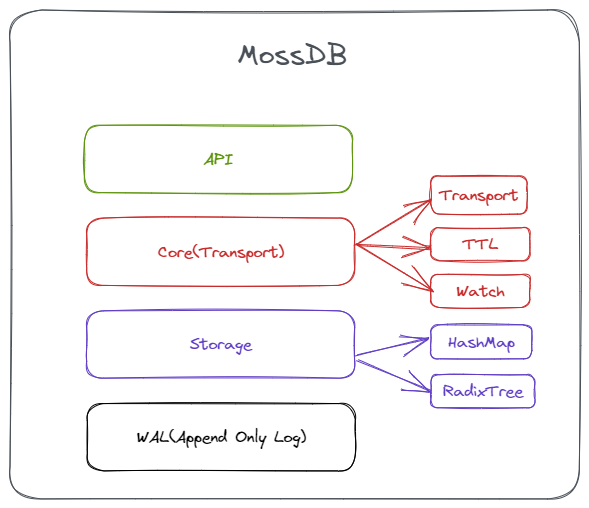
Above: doc/mossdb.png in qingwave/mossdb (Excalidraw), before the change. Source tidied: one line per element, renumbered; positions are measured from the earlier drawing's top-left corner, leaving out a move shared by most shapes. Source of this version:
```json
{"id": 0, "type": "rectangle", "strokeColor": "#000000", "strokeWidth": 1, "roughness": 1, "round": true, "x": 77, "y": 394, "width": 268, "height": 67}
{"id": 1, "type": "text", "text": "WAL(Append Only Log)", "strokeColor": "#000000", "strokeWidth": 1, "roughness": 1, "fontSize": 16, "fontFamily": 1, "textAlign": "center", "verticalAlign": "middle", "inside": 0, "x": 127, "y": 418, "width": 169, "height": 19}
{"id": 2, "type": "rectangle", "strokeColor": "#5f3dc4", "strokeWidth": 1, "roughness": 1, "round": true, "x": 77, "y": 301, "width": 268, "height": 67}
{"id": 3, "type": "text", "text": "Storage", "strokeColor": "#5f3dc4", "strokeWidth": 1, "roughness": 1, "fontSize": 16, "fontFamily": 1, "textAlign": "center", "verticalAlign": "middle", "inside": 2, "x": 180, "y": 325, "width": 62, "height": 19}
{"id": 4, "type": "rectangle", "strokeColor": "#c92a2a", "strokeWidth": 1, "roughness": 1, "round": true, "x": 77, "y": 208, "width": 268, "height": 67}
{"id": 5, "type": "text", "text": "Core(Transport)", "strokeColor": "#c92a2a", "strokeWidth": 1, "roughness": 1, "fontSize": 16, "fontFamily": 1, "textAlign": "center", "verticalAlign": "middle", "inside": 4, "x": 148, "y": 232, "width": 126, "height": 19}
{"id": 6, "type": "arrow", "strokeColor": "#5f3dc4", "strokeWidth": 1, "roughness": 1, "endArrowhead": "arrow", "round": true, "from": 2, "to": 7, "x": 346, "y": 346, "width": 72, "height": 19, "points": [[0, 0], [72, -19]]}
{"id": 7, "type": "rectangle", "strokeColor": "#5f3dc4", "strokeWidth": 1, "roughness": 1, "round": true, "x": 421, "y": 315, "width": 101, "height": 34}
{"id": 8, "type": "text", "text": "HashMap", "strokeColor": "#5f3dc4", "strokeWidth": 1, "roughness": 1, "fontSize": 16, "fontFamily": 1, "textAlign": "center", "verticalAlign": "middle", "inside": 7, "x": 438, "y": 322, "width": 67, "height": 19}
{"id": 9, "type": "rectangle", "strokeColor": "#5f3dc4", "strokeWidth": 1, "roughness": 1, "round": true, "x": 421, "y": 365, "width": 104, "height": 33}
{"id": 10, "type": "text", "text": "RadixTree", "strokeColor": "#5f3dc4", "strokeWidth": 1, "roughness": 1, "fontSize": 16, "fontFamily": 1, "textAlign": "center", "verticalAlign": "middle", "inside": 9, "x": 433, "y": 372, "width": 80, "height": 19}
{"id": 11, "type": "rectangle", "strokeColor": "#5c940d", "strokeWidth": 1, "roughness": 1, "round": true, "x": 74, "y": 115, "width": 268, "height": 67}
{"id": 12, "type": "text", "text": "API", "strokeColor": "#5c940d", "strokeWidth": 1, "roughness": 1, "fontSize": 16, "fontFamily": 1, "textAlign": "center", "verticalAlign": "middle", "inside": 11, "x": 193, "y": 139, "width": 30, "height": 19}
{"id": 13, "type": "rectangle", "strokeColor": "#c92a2a", "strokeWidth": 1, "roughness": 1, "round": true, "x": 421, "y": 166, "width": 96, "height": 38}
{"id": 14, "type": "text", "text": "Transport", "strokeColor": "#c92a2a", "strokeWidth": 1, "roughness": 1, "fontSize": 16, "fontFamily": 1, "textAlign": "center", "verticalAlign": "middle", "inside": 13, "x": 429, "y": 176, "width": 79, "height": 19}
{"id": 15, "type": "rectangle", "strokeColor": "#c92a2a", "strokeWidth": 1, "roughness": 1, "round": true, "x": 421, "y": 218, "width": 99, "height": 33}
{"id": 16, "type": "text", "text": "TTL", "strokeColor": "#c92a2a", "strokeWidth": 1, "roughness": 1, "fontSize": 16, "fontFamily": 1, "textAlign": "center", "verticalAlign": "middle", "inside": 15, "x": 453, "y": 225, "width": 35, "height": 19}
{"id": 17, "type": "arrow", "strokeColor": "#c92a2a", "strokeWidth": 1, "roughness": 1, "endArrowhead": "arrow", "round": true, "from": 4, "to": 13, "x": 346, "y": 234, "width": 75, "height": 44, "points": [[0, 0], [75, -44]]}
{"id": 18, "type": "arrow", "strokeColor": "#c92a2a", "strokeWidth": 1, "roughness": 1, "endArrowhead": "arrow", "round": true, "from": 4, "to": 15, "x": 346, "y": 236, "width": 74, "height": 4, "points": [[0, 0], [74, 4]]}
{"id": 19, "type": "rectangle", "strokeColor": "#c92a2a", "strokeWidth": 1, "roughness": 1, "round": true, "x": 421, "y": 264, "width": 99, "height": 33}
{"id": 20, "type": "text", "text": "Watch", "strokeColor": "#c92a2a", "strokeWidth": 1, "roughness": 1, "fontSize": 16, "fontFamily": 1, "textAlign": "center", "verticalAlign": "middle", "inside": 19, "x": 447, "y": 271, "width": 48, "height": 19}
{"id": 21, "type": "arrow", "strokeColor": "#c92a2a", "strokeWidth": 1, "roughness": 1, "endArrowhead": "arrow", "round": true, "from": 4, "to": 19, "x": 347, "y": 234, "width": 74, "height": 45, "points": [[0, 0], [74, 45]]}
{"id": 22, "type": "arrow", "strokeColor": "#5f3dc4", "strokeWidth": 1, "roughness": 1, "endArrowhead": "arrow", "round": true, "from": 2, "to": 9, "x": 347, "y": 350, "width": 75, "height": 31, "points": [[0, 0], [75, 31]]}
{"id": 23, "type": "rectangle", "strokeColor": "#495057", "strokeWidth": 1, "roughness": 2, "round": true, "x": 0, "y": 0, "width": 569, "height": 489}
{"id": 24, "type": "text", "text": "MossDB", "strokeColor": "#495057", "strokeWidth": 1, "roughness": 1, "fontSize": 28, "fontFamily": 1, "x": 228, "y": 27, "width": 110, "height": 34}
```
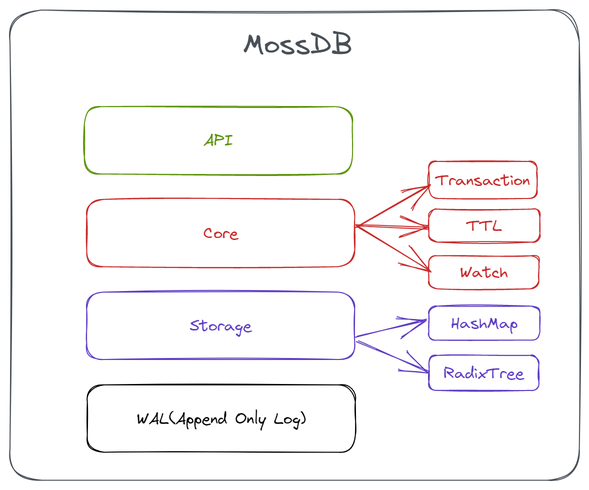
The same diagram one commit later.

What changed in the source:
```diff
@@ -3,23 +3,23 @@
 {"id": 2, "type": "rectangle", "strokeColor": "#5f3dc4", "strokeWidth": 1, "roughness": 1, "round": true, "x": 77, "y": 301, "width": 268, "height": 67}
 {"id": 3, "type": "text", "text": "Storage", "strokeColor": "#5f3dc4", "strokeWidth": 1, "roughness": 1, "fontSize": 16, "fontFamily": 1, "textAlign": "center", "verticalAlign": "middle", "inside": 2, "x": 180, "y": 325, "width": 62, "height": 19}
 {"id": 4, "type": "rectangle", "strokeColor": "#c92a2a", "strokeWidth": 1, "roughness": 1, "round": true, "x": 77, "y": 208, "width": 268, "height": 67}
-{"id": 5, "type": "text", "text": "Core(Transport)", "strokeColor": "#c92a2a", "strokeWidth": 1, "roughness": 1, "fontSize": 16, "fontFamily": 1, "textAlign": "center", "verticalAlign": "middle", "inside": 4, "x": 148, "y": 232, "width": 126, "height": 19}
+{"id": 5, "type": "text", "text": "Core", "strokeColor": "#c92a2a", "strokeWidth": 1, "roughness": 1, "fontSize": 16, "fontFamily": 1, "textAlign": "center", "verticalAlign": "middle", "inside": 4, "x": 193, "y": 232, "width": 35, "height": 19}
-{"id": 6, "type": "arrow", "strokeColor": "#5f3dc4", "strokeWidth": 1, "roughness": 1, "endArrowhead": "arrow", "round": true, "from": 2, "to": 7, "x": 346, "y": 346, "width": 72, "height": 19, "points": [[0, 0], [72, -19]]}
+{"id": 6, "type": "arrow", "strokeColor": "#5f3dc4", "strokeWidth": 1, "roughness": 1, "endArrowhead": "arrow", "round": true, "from": 2, "to": 7, "x": 346, "y": 346, "width": 69, "height": 18, "points": [[0, 0], [69, -18]]}
-{"id": 7, "type": "rectangle", "strokeColor": "#5f3dc4", "strokeWidth": 1, "roughness": 1, "round": true, "x": 421, "y": 315, "width": 101, "height": 34}
+{"id": 7, "type": "rectangle", "strokeColor": "#5f3dc4", "strokeWidth": 1, "roughness": 1, "round": true, "x": 419, "y": 315, "width": 111, "height": 34}
-{"id": 8, "type": "text", "text": "HashMap", "strokeColor": "#5f3dc4", "strokeWidth": 1, "roughness": 1, "fontSize": 16, "fontFamily": 1, "textAlign": "center", "verticalAlign": "middle", "inside": 7, "x": 438, "y": 322, "width": 67, "height": 19}
+{"id": 8, "type": "text", "text": "HashMap", "strokeColor": "#5f3dc4", "strokeWidth": 1, "roughness": 1, "fontSize": 16, "fontFamily": 1, "textAlign": "center", "verticalAlign": "middle", "inside": 7, "x": 441, "y": 322, "width": 67, "height": 19}
-{"id": 9, "type": "rectangle", "strokeColor": "#5f3dc4", "strokeWidth": 1, "roughness": 1, "round": true, "x": 421, "y": 365, "width": 104, "height": 33}
+{"id": 9, "type": "rectangle", "strokeColor": "#5f3dc4", "strokeWidth": 1, "roughness": 1, "round": true, "x": 419, "y": 364, "width": 110, "height": 35}
-{"id": 10, "type": "text", "text": "RadixTree", "strokeColor": "#5f3dc4", "strokeWidth": 1, "roughness": 1, "fontSize": 16, "fontFamily": 1, "textAlign": "center", "verticalAlign": "middle", "inside": 9, "x": 433, "y": 372, "width": 80, "height": 19}
+{"id": 10, "type": "text", "text": "RadixTree", "strokeColor": "#5f3dc4", "strokeWidth": 1, "roughness": 1, "fontSize": 16, "fontFamily": 1, "textAlign": "center", "verticalAlign": "middle", "inside": 9, "x": 434, "y": 372, "width": 80, "height": 19}
 {"id": 11, "type": "rectangle", "strokeColor": "#5c940d", "strokeWidth": 1, "roughness": 1, "round": true, "x": 74, "y": 115, "width": 268, "height": 67}
 {"id": 12, "type": "text", "text": "API", "strokeColor": "#5c940d", "strokeWidth": 1, "roughness": 1, "fontSize": 16, "fontFamily": 1, "textAlign": "center", "verticalAlign": "middle", "inside": 11, "x": 193, "y": 139, "width": 30, "height": 19}
-{"id": 13, "type": "rectangle", "strokeColor": "#c92a2a", "strokeWidth": 1, "roughness": 1, "round": true, "x": 421, "y": 166, "width": 96, "height": 38}
+{"id": 13, "type": "rectangle", "strokeColor": "#c92a2a", "strokeWidth": 1, "roughness": 1, "round": true, "x": 419, "y": 170, "width": 108, "height": 37}
-{"id": 14, "type": "text", "text": "Transport", "strokeColor": "#c92a2a", "strokeWidth": 1, "roughness": 1, "fontSize": 16, "fontFamily": 1, "textAlign": "center", "verticalAlign": "middle", "inside": 13, "x": 429, "y": 176, "width": 79, "height": 19}
+{"id": 14, "type": "text", "text": "Transaction", "strokeColor": "#c92a2a", "strokeWidth": 1, "roughness": 1, "fontSize": 16, "fontFamily": 1, "textAlign": "center", "verticalAlign": "middle", "inside": 13, "x": 426, "y": 179, "width": 94, "height": 19}
-{"id": 15, "type": "rectangle", "strokeColor": "#c92a2a", "strokeWidth": 1, "roughness": 1, "round": true, "x": 421, "y": 218, "width": 99, "height": 33}
+{"id": 15, "type": "rectangle", "strokeColor": "#c92a2a", "strokeWidth": 1, "roughness": 1, "round": true, "x": 419, "y": 218, "width": 111, "height": 33}
-{"id": 16, "type": "text", "text": "TTL", "strokeColor": "#c92a2a", "strokeWidth": 1, "roughness": 1, "fontSize": 16, "fontFamily": 1, "textAlign": "center", "verticalAlign": "middle", "inside": 15, "x": 453, "y": 225, "width": 35, "height": 19}
+{"id": 16, "type": "text", "text": "TTL", "strokeColor": "#c92a2a", "strokeWidth": 1, "roughness": 1, "fontSize": 16, "fontFamily": 1, "textAlign": "center", "verticalAlign": "middle", "inside": 15, "x": 457, "y": 225, "width": 35, "height": 19}
-{"id": 17, "type": "arrow", "strokeColor": "#c92a2a", "strokeWidth": 1, "roughness": 1, "endArrowhead": "arrow", "round": true, "from": 4, "to": 13, "x": 346, "y": 234, "width": 75, "height": 44, "points": [[0, 0], [75, -44]]}
+{"id": 17, "type": "arrow", "strokeColor": "#c92a2a", "strokeWidth": 1, "roughness": 1, "endArrowhead": "arrow", "round": true, "from": 4, "to": 13, "x": 346, "y": 235, "width": 73, "height": 41, "points": [[0, 0], [73, -41]]}
-{"id": 18, "type": "arrow", "strokeColor": "#c92a2a", "strokeWidth": 1, "roughness": 1, "endArrowhead": "arrow", "round": true, "from": 4, "to": 15, "x": 346, "y": 236, "width": 74, "height": 4, "points": [[0, 0], [74, 4]]}
+{"id": 18, "type": "arrow", "strokeColor": "#c92a2a", "strokeWidth": 1, "roughness": 1, "endArrowhead": "arrow", "round": true, "from": 4, "to": 15, "x": 346, "y": 235, "width": 72, "height": 3, "points": [[0, 0], [72, 3]]}
-{"id": 19, "type": "rectangle", "strokeColor": "#c92a2a", "strokeWidth": 1, "roughness": 1, "round": true, "x": 421, "y": 264, "width": 99, "height": 33}
+{"id": 19, "type": "rectangle", "strokeColor": "#c92a2a", "strokeWidth": 1, "roughness": 1, "round": true, "x": 419, "y": 264, "width": 110, "height": 33}
-{"id": 20, "type": "text", "text": "Watch", "strokeColor": "#c92a2a", "strokeWidth": 1, "roughness": 1, "fontSize": 16, "fontFamily": 1, "textAlign": "center", "verticalAlign": "middle", "inside": 19, "x": 447, "y": 271, "width": 48, "height": 19}
+{"id": 20, "type": "text", "text": "Watch", "strokeColor": "#c92a2a", "strokeWidth": 1, "roughness": 1, "fontSize": 16, "fontFamily": 1, "textAlign": "center", "verticalAlign": "middle", "inside": 19, "x": 450, "y": 271, "width": 48, "height": 19}
-{"id": 21, "type": "arrow", "strokeColor": "#c92a2a", "strokeWidth": 1, "roughness": 1, "endArrowhead": "arrow", "round": true, "from": 4, "to": 19, "x": 347, "y": 234, "width": 74, "height": 45, "points": [[0, 0], [74, 45]]}
+{"id": 21, "type": "arrow", "strokeColor": "#c92a2a", "strokeWidth": 1, "roughness": 1, "endArrowhead": "arrow", "round": true, "from": 4, "to": 19, "x": 347, "y": 235, "width": 71, "height": 43, "points": [[0, 0], [71, 43]]}
-{"id": 22, "type": "arrow", "strokeColor": "#5f3dc4", "strokeWidth": 1, "roughness": 1, "endArrowhead": "arrow", "round": true, "from": 2, "to": 9, "x": 347, "y": 350, "width": 75, "height": 31, "points": [[0, 0], [75, 31]]}
+{"id": 22, "type": "arrow", "strokeColor": "#5f3dc4", "strokeWidth": 1, "roughness": 1, "endArrowhead": "arrow", "round": true, "from": 2, "to": 9, "x": 347, "y": 350, "width": 73, "height": 31, "points": [[0, 0], [73, 31]]}
-{"id": 23, "type": "rectangle", "strokeColor": "#495057", "strokeWidth": 1, "roughness": 2, "round": true, "x": 0, "y": 0, "width": 569, "height": 489}
+{"id": 23, "type": "rectangle", "strokeColor": "#495057", "strokeWidth": 1, "roughness": 2, "round": true, "x": 0, "y": 19, "width": 569, "height": 470}
-{"id": 24, "type": "text", "text": "MossDB", "strokeColor": "#495057", "strokeWidth": 1, "roughness": 1, "fontSize": 28, "fontFamily": 1, "x": 228, "y": 27, "width": 110, "height": 34}
+{"id": 24, "type": "text", "text": "MossDB", "strokeColor": "#495057", "strokeWidth": 1, "roughness": 1, "fontSize": 28, "fontFamily": 1, "x": 233, "y": 36, "width": 110, "height": 34}
```
